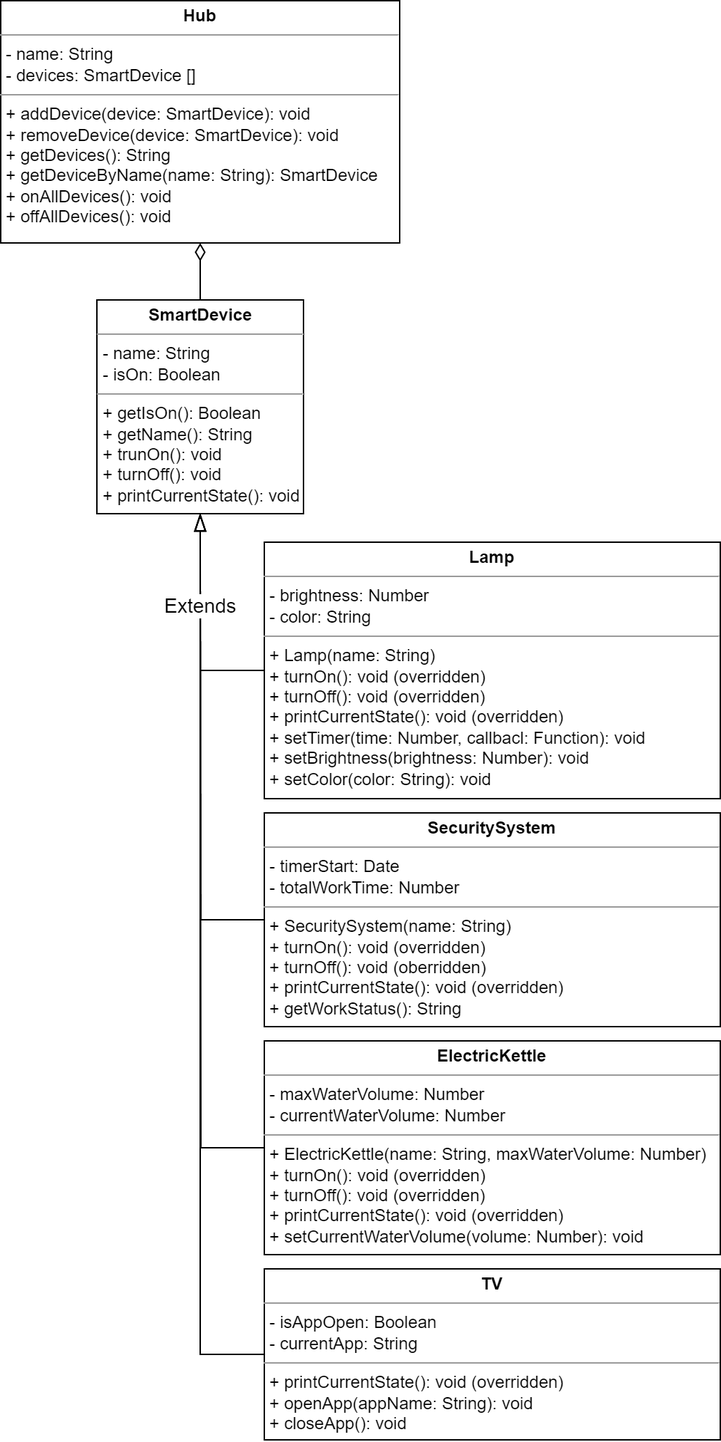
Earlier version of the draw.io export SmartHomeJS_UML.png (dennyKML/smart-home-js). Source tidied: cells renumbered, new cells last; positions are measured from the earlier drawing's top-left corner, leaving out a move shared by most shapes. Source of this version:
```xml
<mxGraphModel>
  <root>
    <mxCell id="0" />
    <mxCell id="1" parent="0" />
    <mxCell id="2" value="&lt;p style=&quot;margin:0px;margin-top:4px;text-align:center;&quot;&gt;&lt;b&gt;Hub&lt;/b&gt;&lt;/p&gt;&lt;hr size=&quot;1&quot;&gt;&lt;p style=&quot;margin:0px;margin-left:4px;&quot;&gt;- name: String&lt;br&gt;- devices: SmartDevice []&lt;/p&gt;&lt;hr size=&quot;1&quot;&gt;&lt;p style=&quot;margin:0px;margin-left:4px;&quot;&gt;+&amp;nbsp;addDevice(device: SmartDevice): void&lt;br&gt;+&amp;nbsp;removeDevice(device: SmartDevice): void&lt;/p&gt;&lt;p style=&quot;margin:0px;margin-left:4px;&quot;&gt;+&amp;nbsp;getDevices(): String&lt;br&gt;&lt;/p&gt;&lt;p style=&quot;margin:0px;margin-left:4px;&quot;&gt;+&amp;nbsp;getDeviceByName(name: String): SmartDevice&lt;br&gt;&lt;/p&gt;&lt;p style=&quot;margin:0px;margin-left:4px;&quot;&gt;+&amp;nbsp;onAllDevices(): void&lt;br&gt;&lt;/p&gt;&lt;p style=&quot;margin:0px;margin-left:4px;&quot;&gt;+&amp;nbsp;offAllDevices(): void&lt;br&gt;&lt;/p&gt;&lt;p style=&quot;margin:0px;margin-left:4px;&quot;&gt;&lt;br&gt;&lt;/p&gt;" style="verticalAlign=top;align=left;overflow=fill;fontSize=12;fontFamily=Helvetica;html=1;rounded=0;shadow=0;comic=0;labelBackgroundColor=none;strokeWidth=1;" parent="1" vertex="1">
      <mxGeometry width="280" height="170" as="geometry" />
    </mxCell>
    <mxCell id="3" style="edgeStyle=orthogonalEdgeStyle;rounded=0;jettySize=auto;html=1;exitX=0.5;exitY=0;exitDx=0;exitDy=0;entryX=0.5;entryY=1;entryDx=0;entryDy=0;endArrow=diamondThin;endFill=0;strokeWidth=1;endSize=10;" parent="1" edge="1" source="4" target="2">
      <mxGeometry relative="1" as="geometry" />
    </mxCell>
    <mxCell id="4" value="&lt;p style=&quot;margin:0px;margin-top:4px;text-align:center;&quot;&gt;&lt;b&gt;SmartDevice&lt;/b&gt;&lt;/p&gt;&lt;hr size=&quot;1&quot;&gt;&lt;p style=&quot;margin:0px;margin-left:4px;&quot;&gt;- name: String&lt;br&gt;- isOn: Boolean&lt;/p&gt;&lt;hr size=&quot;1&quot;&gt;&lt;p style=&quot;margin:0px;margin-left:4px;&quot;&gt;+&amp;nbsp;getIsOn(): Boolean&lt;br style=&quot;border-color: var(--border-color);&quot;&gt;+&amp;nbsp;getName(): String&lt;br&gt;&lt;/p&gt;&lt;p style=&quot;margin:0px;margin-left:4px;&quot;&gt;+&amp;nbsp;trunOn(): void&lt;br&gt;+&amp;nbsp;turnOff(): void&lt;/p&gt;&lt;p style=&quot;margin:0px;margin-left:4px;&quot;&gt;+ printCurrentState(): void&lt;/p&gt;&lt;p style=&quot;margin:0px;margin-left:4px;&quot;&gt;&lt;br&gt;&lt;/p&gt;" style="verticalAlign=top;align=left;overflow=fill;fontSize=12;fontFamily=Helvetica;html=1;rounded=0;shadow=0;comic=0;labelBackgroundColor=none;strokeWidth=1;" parent="1" vertex="1">
      <mxGeometry x="67.5" y="210" width="145" height="150" as="geometry" />
    </mxCell>
    <mxCell id="5" style="edgeStyle=orthogonalEdgeStyle;rounded=0;jettySize=auto;html=1;exitX=0;exitY=0.5;exitDx=0;exitDy=0;entryX=0.5;entryY=1;entryDx=0;entryDy=0;endArrow=blockThin;endFill=0;startSize=6;endSize=10;" parent="1" edge="1" source="6" target="4">
      <mxGeometry relative="1" as="geometry" />
    </mxCell>
    <mxCell id="6" value="&lt;p style=&quot;margin:0px;margin-top:4px;text-align:center;&quot;&gt;&lt;b&gt;Lamp&lt;/b&gt;&lt;/p&gt;&lt;hr size=&quot;1&quot;&gt;&lt;p style=&quot;margin:0px;margin-left:4px;&quot;&gt;- brightness: Number&lt;br&gt;- color: String&lt;/p&gt;&lt;hr size=&quot;1&quot;&gt;&lt;p style=&quot;border-color: var(--border-color); margin: 0px 0px 0px 4px;&quot;&gt;+ Lamp(name: String)&lt;br style=&quot;border-color: var(--border-color);&quot;&gt;&lt;/p&gt;&lt;p style=&quot;border-color: var(--border-color); margin: 0px 0px 0px 4px;&quot;&gt;+&amp;nbsp;turnOn(): void (overridden)&lt;br style=&quot;border-color: var(--border-color);&quot;&gt;+ turnOff(): void (overridden)&lt;/p&gt;&lt;p style=&quot;border-color: var(--border-color); margin: 0px 0px 0px 4px;&quot;&gt;+ printCurrentState(): void (overridden)&lt;/p&gt;&lt;p style=&quot;border-color: var(--border-color); margin: 0px 0px 0px 4px;&quot;&gt;+ setTimer(time: Number, callbacl: Function): void&lt;/p&gt;&lt;p style=&quot;margin:0px;margin-left:4px;&quot;&gt;&lt;span style=&quot;background-color: initial;&quot;&gt;+ setBrightness(brightness: Number): void&lt;/span&gt;&lt;br&gt;&lt;/p&gt;&lt;p style=&quot;margin:0px;margin-left:4px;&quot;&gt;+ setColor(color: String): void&lt;br&gt;&lt;/p&gt;" style="verticalAlign=top;align=left;overflow=fill;fontSize=12;fontFamily=Helvetica;html=1;rounded=0;shadow=0;comic=0;labelBackgroundColor=none;strokeWidth=1;" parent="1" vertex="1">
      <mxGeometry x="185" y="380" width="320" height="180" as="geometry" />
    </mxCell>
    <mxCell id="7" value="&lt;p style=&quot;margin:0px;margin-top:4px;text-align:center;&quot;&gt;&lt;b&gt;SecuritySystem&lt;/b&gt;&lt;/p&gt;&lt;hr size=&quot;1&quot;&gt;&lt;p style=&quot;margin:0px;margin-left:4px;&quot;&gt;- timerStart: Date&lt;br&gt;- totalWorkTime: Number&lt;/p&gt;&lt;hr size=&quot;1&quot;&gt;&lt;p style=&quot;border-color: var(--border-color); margin: 0px 0px 0px 4px;&quot;&gt;+&amp;nbsp;SecuritySystem(name: String)&lt;br style=&quot;border-color: var(--border-color);&quot;&gt;&lt;/p&gt;&lt;p style=&quot;border-color: var(--border-color); margin: 0px 0px 0px 4px;&quot;&gt;+&amp;nbsp;turnOn(): void (overridden)&lt;/p&gt;&lt;p style=&quot;margin:0px;margin-left:4px;&quot;&gt;+&amp;nbsp;turnOff(): void (oberridden)&lt;br&gt;&lt;/p&gt;&lt;p style=&quot;margin:0px;margin-left:4px;&quot;&gt;+ printCurrentState(): void (overridden)&lt;br&gt;&lt;/p&gt;&lt;p style=&quot;margin:0px;margin-left:4px;&quot;&gt;+&amp;nbsp;getWorkStatus(): String&amp;nbsp;&lt;br&gt;&lt;/p&gt;" style="verticalAlign=top;align=left;overflow=fill;fontSize=12;fontFamily=Helvetica;html=1;rounded=0;shadow=0;comic=0;labelBackgroundColor=none;strokeWidth=1;" parent="1" vertex="1">
      <mxGeometry x="185" y="570" width="320" height="150" as="geometry" />
    </mxCell>
    <mxCell id="8" value="&lt;p style=&quot;margin:0px;margin-top:4px;text-align:center;&quot;&gt;&lt;b&gt;ElectricKettle&lt;/b&gt;&lt;/p&gt;&lt;hr size=&quot;1&quot;&gt;&lt;p style=&quot;margin:0px;margin-left:4px;&quot;&gt;- maxWaterVolume: Number&lt;br&gt;- currentWaterVolume: Number&lt;/p&gt;&lt;hr size=&quot;1&quot;&gt;&lt;p style=&quot;margin:0px;margin-left:4px;&quot;&gt;+&amp;nbsp;ElectricKettle(name: String, maxWaterVolume: Number)&lt;br&gt;&lt;/p&gt;&lt;p style=&quot;margin:0px;margin-left:4px;&quot;&gt;+&amp;nbsp;turnOn(): void (overridden)&lt;br&gt;&lt;/p&gt;&lt;p style=&quot;margin:0px;margin-left:4px;&quot;&gt;+&amp;nbsp;turnOff(): void (overridden)&lt;br&gt;&lt;/p&gt;&lt;p style=&quot;margin:0px;margin-left:4px;&quot;&gt;+ printCurrentState(): void (overridden)&lt;br&gt;&lt;/p&gt;&lt;p style=&quot;margin:0px;margin-left:4px;&quot;&gt;+&amp;nbsp;setCurrentWaterVolume(volume: Number): void&lt;br&gt;&lt;/p&gt;" style="verticalAlign=top;align=left;overflow=fill;fontSize=12;fontFamily=Helvetica;html=1;rounded=0;shadow=0;comic=0;labelBackgroundColor=none;strokeWidth=1;" parent="1" vertex="1">
      <mxGeometry x="185" y="730" width="320" height="150" as="geometry" />
    </mxCell>
    <mxCell id="9" value="&lt;p style=&quot;margin:0px;margin-top:4px;text-align:center;&quot;&gt;&lt;b&gt;TV&lt;/b&gt;&lt;/p&gt;&lt;hr size=&quot;1&quot;&gt;&lt;p style=&quot;margin:0px;margin-left:4px;&quot;&gt;- isAppOpen: Boolean&lt;br&gt;- currentApp: String&lt;/p&gt;&lt;hr size=&quot;1&quot;&gt;&lt;p style=&quot;margin:0px;margin-left:4px;&quot;&gt;+ printCurrentState(): void (overridden)&lt;br&gt;&lt;/p&gt;&lt;p style=&quot;margin:0px;margin-left:4px;&quot;&gt;+&amp;nbsp;openApp(appName: String): void&lt;br&gt;&lt;/p&gt;&lt;p style=&quot;margin:0px;margin-left:4px;&quot;&gt;+&amp;nbsp;closeApp(): void&lt;br&gt;&lt;/p&gt;" style="verticalAlign=top;align=left;overflow=fill;fontSize=12;fontFamily=Helvetica;html=1;rounded=0;shadow=0;comic=0;labelBackgroundColor=none;strokeWidth=1;" parent="1" vertex="1">
      <mxGeometry x="185" y="890" width="320" height="120" as="geometry" />
    </mxCell>
    <mxCell id="10" style="edgeStyle=orthogonalEdgeStyle;rounded=0;jettySize=auto;html=1;exitX=0;exitY=0.5;exitDx=0;exitDy=0;endArrow=blockThin;endFill=0;startSize=6;endSize=10;" parent="1" edge="1" source="7">
      <mxGeometry relative="1" as="geometry">
        <mxPoint x="140" y="360" as="targetPoint" />
      </mxGeometry>
    </mxCell>
    <mxCell id="11" style="edgeStyle=orthogonalEdgeStyle;rounded=0;jettySize=auto;html=1;exitX=0;exitY=0.5;exitDx=0;exitDy=0;endArrow=blockThin;endFill=0;startSize=6;endSize=10;" parent="1" edge="1" source="8">
      <mxGeometry relative="1" as="geometry">
        <mxPoint x="140" y="360" as="targetPoint" />
      </mxGeometry>
    </mxCell>
    <mxCell id="12" style="edgeStyle=orthogonalEdgeStyle;rounded=0;jettySize=auto;html=1;exitX=0;exitY=0.5;exitDx=0;exitDy=0;entryX=0.5;entryY=1;entryDx=0;entryDy=0;endArrow=blockThin;endFill=0;startSize=6;endSize=10;" parent="1" edge="1" source="9" target="4">
      <mxGeometry relative="1" as="geometry" />
    </mxCell>
    <mxCell id="13" value="&lt;font style=&quot;font-size: 14px;&quot;&gt;Extends&lt;/font&gt;" style="edgeLabel;html=1;align=center;verticalAlign=middle;" parent="12" vertex="1">
      <mxGeometry x="0.8" y="-2" relative="1" as="geometry">
        <mxPoint x="-2" as="offset" />
      </mxGeometry>
    </mxCell>
  </root>
</mxGraphModel>
```
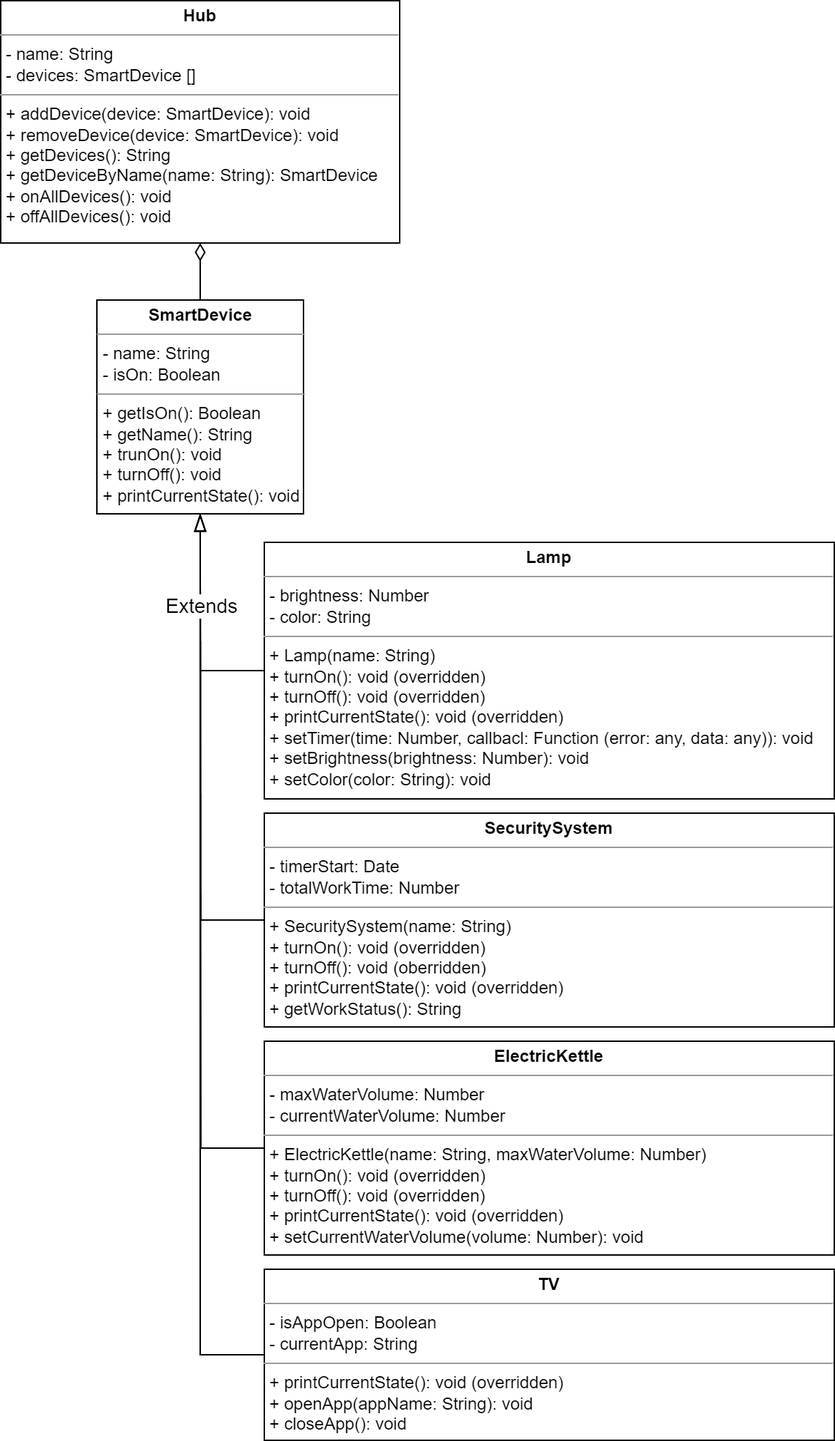
Above is the later version.

Change to the diagram source:
```diff
@@ -14,17 +14,17 @@
     <mxCell id="5" style="edgeStyle=orthogonalEdgeStyle;rounded=0;jettySize=auto;html=1;exitX=0;exitY=0.5;exitDx=0;exitDy=0;entryX=0.5;entryY=1;entryDx=0;entryDy=0;endArrow=blockThin;endFill=0;startSize=6;endSize=10;" parent="1" edge="1" source="6" target="4">
       <mxGeometry relative="1" as="geometry" />
     </mxCell>
-    <mxCell id="6" value="&lt;p style=&quot;margin:0px;margin-top:4px;text-align:center;&quot;&gt;&lt;b&gt;Lamp&lt;/b&gt;&lt;/p&gt;&lt;hr size=&quot;1&quot;&gt;&lt;p style=&quot;margin:0px;margin-left:4px;&quot;&gt;- brightness: Number&lt;br&gt;- color: String&lt;/p&gt;&lt;hr size=&quot;1&quot;&gt;&lt;p style=&quot;border-color: var(--border-color); margin: 0px 0px 0px 4px;&quot;&gt;+ Lamp(name: String)&lt;br style=&quot;border-color: var(--border-color);&quot;&gt;&lt;/p&gt;&lt;p style=&quot;border-color: var(--border-color); margin: 0px 0px 0px 4px;&quot;&gt;+&amp;nbsp;turnOn(): void (overridden)&lt;br style=&quot;border-color: var(--border-color);&quot;&gt;+ turnOff(): void (overridden)&lt;/p&gt;&lt;p style=&quot;border-color: var(--border-color); margin: 0px 0px 0px 4px;&quot;&gt;+ printCurrentState(): void (overridden)&lt;/p&gt;&lt;p style=&quot;border-color: var(--border-color); margin: 0px 0px 0px 4px;&quot;&gt;+ setTimer(time: Number, callbacl: Function): void&lt;/p&gt;&lt;p style=&quot;margin:0px;margin-left:4px;&quot;&gt;&lt;span style=&quot;background-color: initial;&quot;&gt;+ setBrightness(brightness: Number): void&lt;/span&gt;&lt;br&gt;&lt;/p&gt;&lt;p style=&quot;margin:0px;margin-left:4px;&quot;&gt;+ setColor(color: String): void&lt;br&gt;&lt;/p&gt;" style="verticalAlign=top;align=left;overflow=fill;fontSize=12;fontFamily=Helvetica;html=1;rounded=0;shadow=0;comic=0;labelBackgroundColor=none;strokeWidth=1;" parent="1" vertex="1">
-      <mxGeometry x="185" y="380" width="320" height="180" as="geometry" />
+    <mxCell id="6" value="&lt;p style=&quot;margin:0px;margin-top:4px;text-align:center;&quot;&gt;&lt;b&gt;Lamp&lt;/b&gt;&lt;/p&gt;&lt;hr size=&quot;1&quot;&gt;&lt;p style=&quot;margin:0px;margin-left:4px;&quot;&gt;- brightness: Number&lt;br&gt;- color: String&lt;/p&gt;&lt;hr size=&quot;1&quot;&gt;&lt;p style=&quot;border-color: var(--border-color); margin: 0px 0px 0px 4px;&quot;&gt;+ Lamp(name: String)&lt;br style=&quot;border-color: var(--border-color);&quot;&gt;&lt;/p&gt;&lt;p style=&quot;border-color: var(--border-color); margin: 0px 0px 0px 4px;&quot;&gt;+&amp;nbsp;turnOn(): void (overridden)&lt;br style=&quot;border-color: var(--border-color);&quot;&gt;+ turnOff(): void (overridden)&lt;/p&gt;&lt;p style=&quot;border-color: var(--border-color); margin: 0px 0px 0px 4px;&quot;&gt;+ printCurrentState(): void (overridden)&lt;/p&gt;&lt;p style=&quot;border-color: var(--border-color); margin: 0px 0px 0px 4px;&quot;&gt;+ setTimer(time: Number, callbacl: Function (error: any, data: any)): void&lt;/p&gt;&lt;p style=&quot;margin:0px;margin-left:4px;&quot;&gt;&lt;span style=&quot;background-color: initial;&quot;&gt;+ setBrightness(brightness: Number): void&lt;/span&gt;&lt;br&gt;&lt;/p&gt;&lt;p style=&quot;margin:0px;margin-left:4px;&quot;&gt;+ setColor(color: String): void&lt;br&gt;&lt;/p&gt;" style="verticalAlign=top;align=left;overflow=fill;fontSize=12;fontFamily=Helvetica;html=1;rounded=0;shadow=0;comic=0;labelBackgroundColor=none;strokeWidth=1;" parent="1" vertex="1">
+      <mxGeometry x="185" y="380" width="400" height="180" as="geometry" />
     </mxCell>
     <mxCell id="7" value="&lt;p style=&quot;margin:0px;margin-top:4px;text-align:center;&quot;&gt;&lt;b&gt;SecuritySystem&lt;/b&gt;&lt;/p&gt;&lt;hr size=&quot;1&quot;&gt;&lt;p style=&quot;margin:0px;margin-left:4px;&quot;&gt;- timerStart: Date&lt;br&gt;- totalWorkTime: Number&lt;/p&gt;&lt;hr size=&quot;1&quot;&gt;&lt;p style=&quot;border-color: var(--border-color); margin: 0px 0px 0px 4px;&quot;&gt;+&amp;nbsp;SecuritySystem(name: String)&lt;br style=&quot;border-color: var(--border-color);&quot;&gt;&lt;/p&gt;&lt;p style=&quot;border-color: var(--border-color); margin: 0px 0px 0px 4px;&quot;&gt;+&amp;nbsp;turnOn(): void (overridden)&lt;/p&gt;&lt;p style=&quot;margin:0px;margin-left:4px;&quot;&gt;+&amp;nbsp;turnOff(): void (oberridden)&lt;br&gt;&lt;/p&gt;&lt;p style=&quot;margin:0px;margin-left:4px;&quot;&gt;+ printCurrentState(): void (overridden)&lt;br&gt;&lt;/p&gt;&lt;p style=&quot;margin:0px;margin-left:4px;&quot;&gt;+&amp;nbsp;getWorkStatus(): String&amp;nbsp;&lt;br&gt;&lt;/p&gt;" style="verticalAlign=top;align=left;overflow=fill;fontSize=12;fontFamily=Helvetica;html=1;rounded=0;shadow=0;comic=0;labelBackgroundColor=none;strokeWidth=1;" parent="1" vertex="1">
-      <mxGeometry x="185" y="570" width="320" height="150" as="geometry" />
+      <mxGeometry x="185" y="570" width="400" height="150" as="geometry" />
     </mxCell>
     <mxCell id="8" value="&lt;p style=&quot;margin:0px;margin-top:4px;text-align:center;&quot;&gt;&lt;b&gt;ElectricKettle&lt;/b&gt;&lt;/p&gt;&lt;hr size=&quot;1&quot;&gt;&lt;p style=&quot;margin:0px;margin-left:4px;&quot;&gt;- maxWaterVolume: Number&lt;br&gt;- currentWaterVolume: Number&lt;/p&gt;&lt;hr size=&quot;1&quot;&gt;&lt;p style=&quot;margin:0px;margin-left:4px;&quot;&gt;+&amp;nbsp;ElectricKettle(name: String, maxWaterVolume: Number)&lt;br&gt;&lt;/p&gt;&lt;p style=&quot;margin:0px;margin-left:4px;&quot;&gt;+&amp;nbsp;turnOn(): void (overridden)&lt;br&gt;&lt;/p&gt;&lt;p style=&quot;margin:0px;margin-left:4px;&quot;&gt;+&amp;nbsp;turnOff(): void (overridden)&lt;br&gt;&lt;/p&gt;&lt;p style=&quot;margin:0px;margin-left:4px;&quot;&gt;+ printCurrentState(): void (overridden)&lt;br&gt;&lt;/p&gt;&lt;p style=&quot;margin:0px;margin-left:4px;&quot;&gt;+&amp;nbsp;setCurrentWaterVolume(volume: Number): void&lt;br&gt;&lt;/p&gt;" style="verticalAlign=top;align=left;overflow=fill;fontSize=12;fontFamily=Helvetica;html=1;rounded=0;shadow=0;comic=0;labelBackgroundColor=none;strokeWidth=1;" parent="1" vertex="1">
-      <mxGeometry x="185" y="730" width="320" height="150" as="geometry" />
+      <mxGeometry x="185" y="730" width="400" height="150" as="geometry" />
     </mxCell>
     <mxCell id="9" value="&lt;p style=&quot;margin:0px;margin-top:4px;text-align:center;&quot;&gt;&lt;b&gt;TV&lt;/b&gt;&lt;/p&gt;&lt;hr size=&quot;1&quot;&gt;&lt;p style=&quot;margin:0px;margin-left:4px;&quot;&gt;- isAppOpen: Boolean&lt;br&gt;- currentApp: String&lt;/p&gt;&lt;hr size=&quot;1&quot;&gt;&lt;p style=&quot;margin:0px;margin-left:4px;&quot;&gt;+ printCurrentState(): void (overridden)&lt;br&gt;&lt;/p&gt;&lt;p style=&quot;margin:0px;margin-left:4px;&quot;&gt;+&amp;nbsp;openApp(appName: String): void&lt;br&gt;&lt;/p&gt;&lt;p style=&quot;margin:0px;margin-left:4px;&quot;&gt;+&amp;nbsp;closeApp(): void&lt;br&gt;&lt;/p&gt;" style="verticalAlign=top;align=left;overflow=fill;fontSize=12;fontFamily=Helvetica;html=1;rounded=0;shadow=0;comic=0;labelBackgroundColor=none;strokeWidth=1;" parent="1" vertex="1">
-      <mxGeometry x="185" y="890" width="320" height="120" as="geometry" />
+      <mxGeometry x="185" y="890" width="400" height="120" as="geometry" />
     </mxCell>
     <mxCell id="10" style="edgeStyle=orthogonalEdgeStyle;rounded=0;jettySize=auto;html=1;exitX=0;exitY=0.5;exitDx=0;exitDy=0;endArrow=blockThin;endFill=0;startSize=6;endSize=10;" parent="1" edge="1" source="7">
       <mxGeometry relative="1" as="geometry">
```
